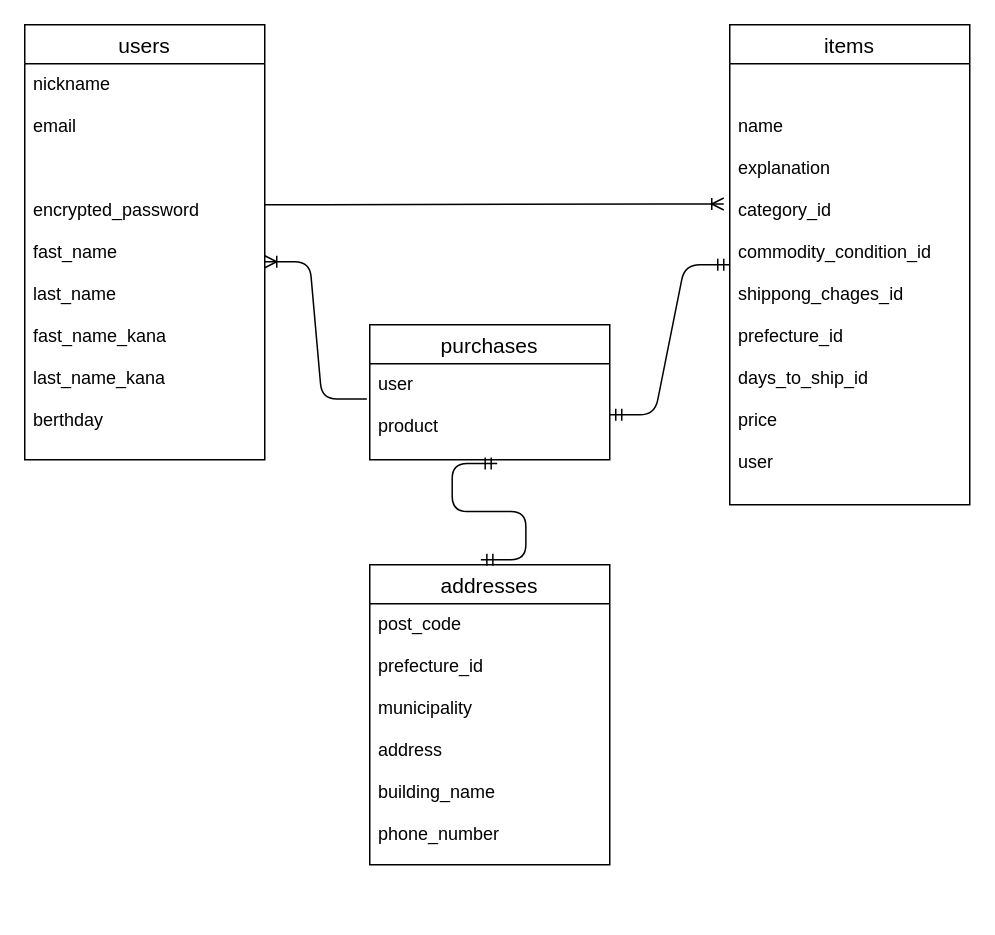
Above: furima-38390.dio in abe0105/furima-38390 (draw.io), before the change. Source tidied: cells renumbered, new cells numbered last; positions are measured from the earlier drawing's top-left corner, leaving out a move shared by most shapes. Both pictures are drawn from the tidied source at 150%, with x=0, y=0 at pixel (24, 24).
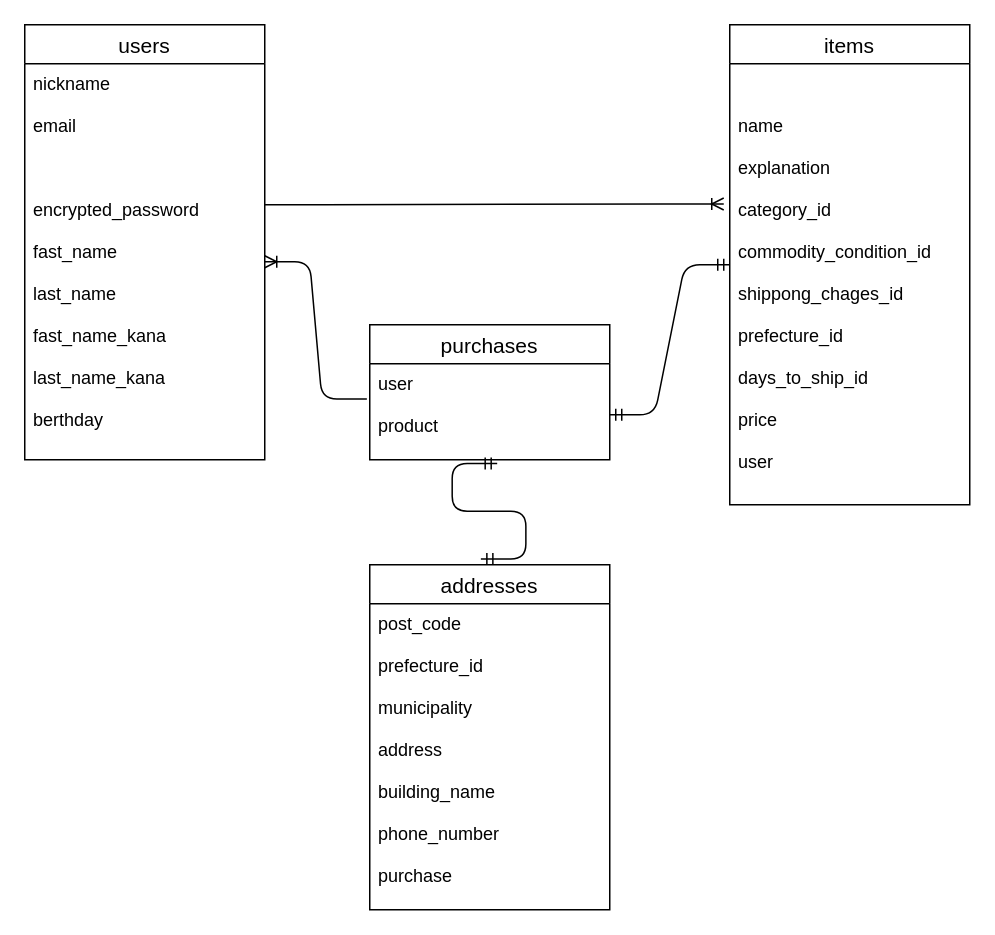
After the change.

What changed in the source:
```diff
@@
 <mxGraphModel>
   <root>
     <mxCell id="0" />
     <mxCell id="1" parent="0" />
     <mxCell id="2" value="users" style="swimlane;fontStyle=0;horizontal=1;startSize=26;align=center;fontSize=14;" parent="1" vertex="1">
       <mxGeometry width="160" height="290" as="geometry" />
     </mxCell>
     <mxCell id="3" value="nickname&#10;&#10;email&#10;&#10;&#10;&#10;encrypted_password&#10;&#10;fast_name&#10;&#10;last_name&#10;&#10;fast_name_kana&#10;&#10;last_name_kana&#10;&#10;berthday&#10;" style="text;strokeColor=none;fillColor=none;spacingLeft=4;spacingRight=4;overflow=hidden;points=[[0,0.5],[1,0.5]];portConstraint=eastwest;fontSize=12;" parent="2" vertex="1">
       <mxGeometry y="26" width="160" height="264" as="geometry" />
     </mxCell>
     <mxCell id="4" value="items" style="swimlane;fontStyle=0;horizontal=1;startSize=26;align=center;fontSize=14;" parent="1" vertex="1">
       <mxGeometry x="470" width="160" height="320" as="geometry" />
     </mxCell>
     <mxCell id="5" value="&#10;&#10;name&#10;&#10;explanation&#10;&#10;category_id&#10;&#10;commodity_condition_id&#10;&#10;shippong_chages_id&#10;&#10;prefecture_id&#10;&#10;days_to_ship_id&#10;&#10;price&#10;&#10;user" style="text;strokeColor=none;fillColor=none;spacingLeft=4;spacingRight=4;overflow=hidden;points=[[0,0.5],[1,0.5]];portConstraint=eastwest;fontSize=12;" parent="4" vertex="1">
       <mxGeometry y="26" width="160" height="294" as="geometry" />
     </mxCell>
     <mxCell id="6" value="addresses" style="swimlane;fontStyle=0;horizontal=1;startSize=26;align=center;fontSize=14;" parent="1" vertex="1">
-      <mxGeometry x="230" y="360" width="160" height="200" as="geometry" />
+      <mxGeometry x="230" y="360" width="160" height="230" as="geometry" />
     </mxCell>
-    <mxCell id="7" value="post_code&#10;&#10;prefecture_id&#10;&#10;municipality&#10;&#10;address&#10;&#10;building_name&#10;&#10;phone_number" style="text;strokeColor=none;fillColor=none;spacingLeft=4;spacingRight=4;overflow=hidden;fontSize=12;" parent="6" vertex="1">
-      <mxGeometry y="26" width="160" height="174" as="geometry" />
+    <mxCell id="7" value="post_code&#10;&#10;prefecture_id&#10;&#10;municipality&#10;&#10;address&#10;&#10;building_name&#10;&#10;phone_number&#10;&#10;purchase&#10;&#10;" style="text;strokeColor=none;fillColor=none;spacingLeft=4;spacingRight=4;overflow=hidden;fontSize=12;" parent="6" vertex="1">
+      <mxGeometry y="26" width="160" height="204" as="geometry" />
     </mxCell>
     <mxCell id="8" value="purchases" style="swimlane;fontStyle=0;horizontal=1;startSize=26;align=center;fontSize=14;" parent="1" vertex="1">
       <mxGeometry x="230" y="200" width="160" height="90" as="geometry" />
     </mxCell>
     <mxCell id="9" value="user&#10;&#10;product" style="text;strokeColor=none;fillColor=none;spacingLeft=4;spacingRight=4;overflow=hidden;points=[[0,0.5],[1,0.5]];portConstraint=eastwest;fontSize=12;" parent="8" vertex="1">
       <mxGeometry y="26" width="160" height="64" as="geometry" />
     </mxCell>
     <mxCell id="10" style="edgeStyle=entityRelationEdgeStyle;fontSize=12;html=1;endArrow=ERmandOne;startArrow=ERmandOne;" parent="1" edge="1">
       <mxGeometry relative="1" as="geometry">
         <mxPoint x="390" y="260" as="sourcePoint" />
         <mxPoint x="470" y="160" as="targetPoint" />
       </mxGeometry>
     </mxCell>
     <mxCell id="11" style="edgeStyle=entityRelationEdgeStyle;fontSize=12;html=1;endArrow=ERoneToMany;entryX=-0.025;entryY=0.318;entryDx=0;entryDy=0;entryPerimeter=0;" parent="1" edge="1" target="5">
       <mxGeometry relative="1" as="geometry">
         <mxPoint x="160" y="120" as="sourcePoint" />
       </mxGeometry>
     </mxCell>
     <mxCell id="12" style="edgeStyle=entityRelationEdgeStyle;fontSize=12;html=1;endArrow=ERmandOne;startArrow=ERmandOne;exitX=0.463;exitY=-0.017;exitDx=0;exitDy=0;exitPerimeter=0;entryX=0.531;entryY=1.039;entryDx=0;entryDy=0;entryPerimeter=0;" parent="1" edge="1" source="6" target="9">
       <mxGeometry relative="1" as="geometry" />
     </mxCell>
     <mxCell id="13" style="edgeStyle=entityRelationEdgeStyle;fontSize=12;html=1;endArrow=ERoneToMany;entryX=1;entryY=0.5;entryDx=0;entryDy=0;exitX=-0.012;exitY=0.367;exitDx=0;exitDy=0;exitPerimeter=0;" parent="1" edge="1" source="9" target="3">
       <mxGeometry relative="1" as="geometry" />
     </mxCell>
   </root>
 </mxGraphModel>
```
